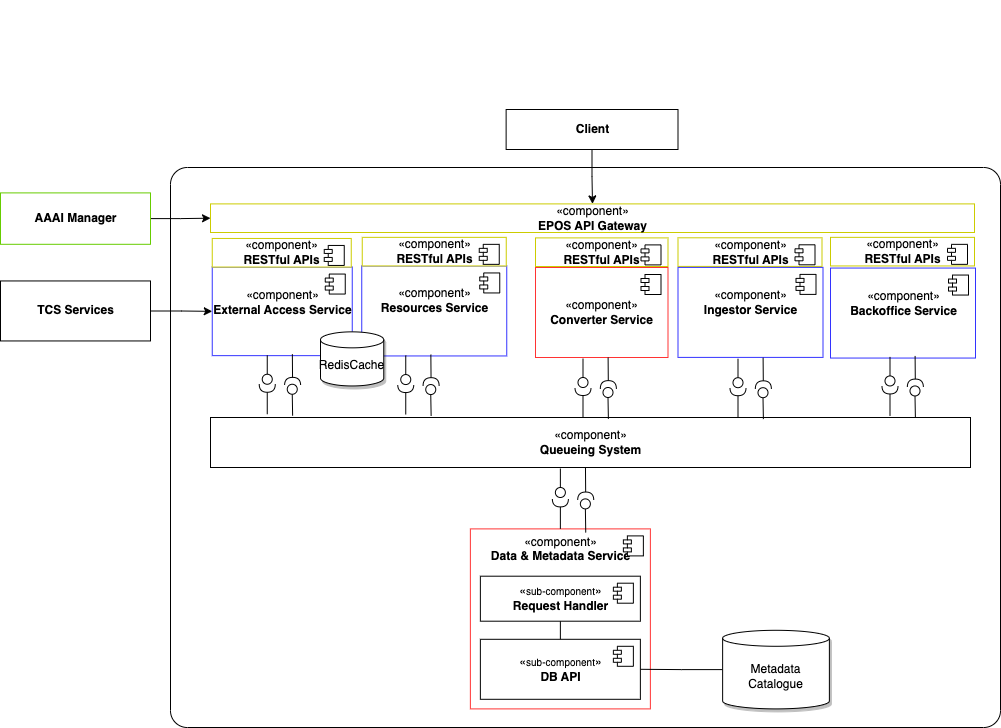
epos-eu/epos-open-source keeps this draw.io diagram as documentation/images/architecture-diagram.png. Above is the earlier version. Source tidied: cells renumbered, new cells last; positions are measured from the earlier drawing's top-left corner, leaving out a move shared by most shapes. Its diagram source:
```xml
<mxGraphModel>
  <root>
    <mxCell id="0" />
    <mxCell id="1" parent="0" />
    <mxCell id="2" style="rounded=1;whiteSpace=wrap;html=1;arcSize=3;" parent="1" vertex="1">
      <mxGeometry x="170" y="160" width="830" height="560" as="geometry" />
    </mxCell>
    <mxCell id="3" value="«component»&lt;br&gt;&lt;b&gt;EPOS API Gateway&lt;/b&gt;" style="html=1;strokeColor=#CCCC00;" parent="1" vertex="1">
      <mxGeometry x="210" y="196.4" width="764" height="28.6" as="geometry" />
    </mxCell>
    <mxCell id="4" value="«component»&lt;br&gt;&lt;b&gt;Queueing System&lt;/b&gt;" style="html=1;" parent="1" vertex="1">
      <mxGeometry x="210" y="410" width="760" height="50" as="geometry" />
    </mxCell>
    <mxCell id="5" value="&lt;br&gt;«component»&lt;br&gt;&lt;b&gt;Resources Service&lt;/b&gt;" style="html=1;strokeColor=#3333FF;v-align=top;labelPosition=center;verticalLabelPosition=middle;align=center;verticalAlign=top;" parent="1" vertex="1">
      <mxGeometry x="361.2" y="258.4" width="145" height="90" as="geometry" />
    </mxCell>
    <mxCell id="6" style="shape=module;jettyWidth=8;jettyHeight=4;" parent="5" vertex="1">
      <mxGeometry x="1" width="20" height="20" relative="1" as="geometry">
        <mxPoint x="-27" y="7" as="offset" />
      </mxGeometry>
    </mxCell>
    <mxCell id="7" value="&lt;br&gt;«component»&lt;br&gt;&lt;b&gt;External Access Service&lt;/b&gt;" style="html=1;strokeColor=#3333FF;verticalAlign=top;" parent="1" vertex="1">
      <mxGeometry x="211.8" y="259.5" width="140" height="88.6" as="geometry" />
    </mxCell>
    <mxCell id="8" style="shape=module;jettyWidth=8;jettyHeight=4;" parent="7" vertex="1">
      <mxGeometry x="1" width="20" height="20" relative="1" as="geometry">
        <mxPoint x="-27" y="7" as="offset" />
      </mxGeometry>
    </mxCell>
    <mxCell id="9" value="«component»&lt;br&gt;&lt;b&gt;Converter Service&lt;/b&gt;" style="html=1;strokeColor=#FF3333;" parent="1" vertex="1">
      <mxGeometry x="535" y="260" width="132.5" height="90" as="geometry" />
    </mxCell>
    <mxCell id="10" style="shape=module;jettyWidth=8;jettyHeight=4;" parent="9" vertex="1">
      <mxGeometry x="1" width="20" height="20" relative="1" as="geometry">
        <mxPoint x="-27" y="7" as="offset" />
      </mxGeometry>
    </mxCell>
    <mxCell id="11" value="«component»&lt;br&gt;&lt;b&gt;Data &amp;amp; Metadata Service&lt;/b&gt;" style="html=1;strokeColor=#FF3333;verticalAlign=top;" parent="1" vertex="1">
      <mxGeometry x="469.9" y="521.4" width="180" height="180" as="geometry" />
    </mxCell>
    <mxCell id="12" style="shape=module;jettyWidth=8;jettyHeight=4;" parent="11" vertex="1">
      <mxGeometry x="1" width="20" height="20" relative="1" as="geometry">
        <mxPoint x="-27" y="7" as="offset" />
      </mxGeometry>
    </mxCell>
    <mxCell id="13" style="rounded=0;jettySize=auto;html=1;endArrow=none;endFill=0;exitX=0.641;exitY=0.02;exitDx=0;exitDy=0;exitPerimeter=0;" parent="1" edge="1" source="11" target="14">
      <mxGeometry relative="1" as="geometry" />
    </mxCell>
    <mxCell id="14" style="ellipse;whiteSpace=wrap;html=1;fontFamily=Helvetica;fontSize=12;fontColor=#000000;align=center;strokeColor=#000000;fillColor=#ffffff;points=[];" parent="1" vertex="1">
      <mxGeometry x="579.9" y="491.4" width="10" height="10" as="geometry" />
    </mxCell>
    <mxCell id="15" style="rounded=0;jettySize=auto;html=1;endArrow=halfCircle;endFill=0;endSize=6;strokeWidth=1;exitX=0.5;exitY=1;exitDx=0;exitDy=0;entryX=0.535;entryY=0.114;entryDx=0;entryDy=0;entryPerimeter=0;" parent="1" edge="1" target="14">
      <mxGeometry relative="1" as="geometry">
        <mxPoint x="585" y="460" as="sourcePoint" />
      </mxGeometry>
    </mxCell>
    <mxCell id="16" style="rounded=0;jettySize=auto;html=1;endArrow=halfCircle;endFill=0;endSize=6;strokeWidth=1;exitX=0.5;exitY=0;exitDx=0;exitDy=0;" parent="1" edge="1" source="11">
      <mxGeometry relative="1" as="geometry">
        <mxPoint x="559.9" y="491.4" as="targetPoint" />
      </mxGeometry>
    </mxCell>
    <mxCell id="17" style="ellipse;whiteSpace=wrap;html=1;fontFamily=Helvetica;fontSize=12;fontColor=#000000;align=center;strokeColor=#000000;fillColor=#ffffff;points=[];" parent="1" vertex="1">
      <mxGeometry x="554.9" y="480" width="10" height="10" as="geometry" />
    </mxCell>
    <mxCell id="18" style="rounded=0;jettySize=auto;html=1;endArrow=none;endFill=0;" parent="1" edge="1" target="17">
      <mxGeometry relative="1" as="geometry">
        <mxPoint x="559.9" y="461" as="sourcePoint" />
      </mxGeometry>
    </mxCell>
    <mxCell id="19" style="rounded=0;jettySize=auto;html=1;endArrow=none;endFill=0;exitX=0.641;exitY=0.02;exitDx=0;exitDy=0;exitPerimeter=0;" parent="1" edge="1" target="20">
      <mxGeometry relative="1" as="geometry">
        <mxPoint x="292.1" y="408.1" as="sourcePoint" />
      </mxGeometry>
    </mxCell>
    <mxCell id="20" style="ellipse;whiteSpace=wrap;html=1;fontFamily=Helvetica;fontSize=12;fontColor=#000000;align=center;strokeColor=#000000;fillColor=#ffffff;points=[];" parent="1" vertex="1">
      <mxGeometry x="286.8" y="376.8" width="10" height="10" as="geometry" />
    </mxCell>
    <mxCell id="21" style="rounded=0;jettySize=auto;html=1;endArrow=halfCircle;endFill=0;endSize=6;strokeWidth=1;exitX=0.5;exitY=1;exitDx=0;exitDy=0;entryX=0.535;entryY=0.114;entryDx=0;entryDy=0;entryPerimeter=0;" parent="1" edge="1" target="20">
      <mxGeometry relative="1" as="geometry">
        <mxPoint x="291.8" y="346.7" as="sourcePoint" />
      </mxGeometry>
    </mxCell>
    <mxCell id="22" style="rounded=0;orthogonalLoop=1;jettySize=auto;html=1;endArrow=halfCircle;endFill=0;endSize=6;strokeWidth=1;exitX=0.5;exitY=0;exitDx=0;exitDy=0;" parent="1" edge="1">
      <mxGeometry relative="1" as="geometry">
        <mxPoint x="266.8" y="406.7" as="sourcePoint" />
        <mxPoint x="266.8" y="376.7" as="targetPoint" />
      </mxGeometry>
    </mxCell>
    <mxCell id="23" style="ellipse;whiteSpace=wrap;html=1;fontFamily=Helvetica;fontSize=12;fontColor=#000000;align=center;strokeColor=#000000;fillColor=#ffffff;points=[];" parent="1" vertex="1">
      <mxGeometry x="261.8" y="366.8" width="10" height="10" as="geometry" />
    </mxCell>
    <mxCell id="24" style="rounded=0;jettySize=auto;html=1;endArrow=none;endFill=0;" parent="1" edge="1" target="23">
      <mxGeometry relative="1" as="geometry">
        <mxPoint x="266.8" y="347.7" as="sourcePoint" />
      </mxGeometry>
    </mxCell>
    <mxCell id="25" style="rounded=0;jettySize=auto;html=1;endArrow=none;endFill=0;exitX=0.641;exitY=0.02;exitDx=0;exitDy=0;exitPerimeter=0;" parent="1" edge="1" target="26">
      <mxGeometry relative="1" as="geometry">
        <mxPoint x="430.6" y="408.5" as="sourcePoint" />
      </mxGeometry>
    </mxCell>
    <mxCell id="26" style="ellipse;whiteSpace=wrap;html=1;fontFamily=Helvetica;fontSize=12;fontColor=#000000;align=center;strokeColor=#000000;fillColor=#ffffff;points=[];" parent="1" vertex="1">
      <mxGeometry x="425.2" y="377.1" width="10" height="10" as="geometry" />
    </mxCell>
    <mxCell id="27" style="rounded=0;jettySize=auto;html=1;endArrow=halfCircle;endFill=0;endSize=6;strokeWidth=1;exitX=0.5;exitY=1;exitDx=0;exitDy=0;entryX=0.535;entryY=0.114;entryDx=0;entryDy=0;entryPerimeter=0;" parent="1" edge="1" target="26">
      <mxGeometry relative="1" as="geometry">
        <mxPoint x="430.3" y="347.1" as="sourcePoint" />
      </mxGeometry>
    </mxCell>
    <mxCell id="28" style="rounded=0;orthogonalLoop=1;jettySize=auto;html=1;endArrow=halfCircle;endFill=0;endSize=6;strokeWidth=1;exitX=0.5;exitY=0;exitDx=0;exitDy=0;" parent="1" edge="1">
      <mxGeometry relative="1" as="geometry">
        <mxPoint x="405.2" y="407.1" as="sourcePoint" />
        <mxPoint x="405.2" y="377.1" as="targetPoint" />
      </mxGeometry>
    </mxCell>
    <mxCell id="29" style="ellipse;whiteSpace=wrap;html=1;fontFamily=Helvetica;fontSize=12;fontColor=#000000;align=center;strokeColor=#000000;fillColor=#ffffff;points=[];" parent="1" vertex="1">
      <mxGeometry x="400.2" y="367.1" width="10" height="10" as="geometry" />
    </mxCell>
    <mxCell id="30" style="rounded=0;jettySize=auto;html=1;endArrow=none;endFill=0;" parent="1" edge="1" target="29">
      <mxGeometry relative="1" as="geometry">
        <mxPoint x="405.2" y="348.1" as="sourcePoint" />
      </mxGeometry>
    </mxCell>
    <mxCell id="31" style="edgeStyle=orthogonalEdgeStyle;rounded=0;jettySize=auto;html=1;entryX=0;entryY=0.5;entryDx=0;entryDy=0;" parent="1" edge="1" source="32" target="3">
      <mxGeometry relative="1" as="geometry" />
    </mxCell>
    <mxCell id="32" value="&lt;b&gt;AAAI Manager&lt;/b&gt;" style="html=1;strokeColor=#66CC00;" parent="1" vertex="1">
      <mxGeometry y="185.4" width="150" height="51.4" as="geometry" />
    </mxCell>
    <mxCell id="33" style="edgeStyle=orthogonalEdgeStyle;rounded=0;jettySize=auto;html=1;entryX=1;entryY=0.5;entryDx=0;entryDy=0;endArrow=none;endFill=0;" parent="1" edge="1" source="34" target="37">
      <mxGeometry relative="1" as="geometry" />
    </mxCell>
    <mxCell id="34" value="Metadata Catalogue" style="shape=cylinder3;whiteSpace=wrap;html=1;boundedLbl=1;backgroundOutline=1;size=7.993103448276088;shadow=1;" parent="1" vertex="1">
      <mxGeometry x="722.1" y="622.8" width="106.8" height="78.6" as="geometry" />
    </mxCell>
    <mxCell id="35" style="edgeStyle=orthogonalEdgeStyle;rounded=0;jettySize=auto;html=1;entryX=0;entryY=0.5;entryDx=0;entryDy=0;" parent="1" edge="1" source="36" target="7">
      <mxGeometry relative="1" as="geometry" />
    </mxCell>
    <mxCell id="36" value="&lt;b&gt;TCS Services&lt;/b&gt;" style="html=1;" parent="1" vertex="1">
      <mxGeometry y="273.5" width="150" height="60" as="geometry" />
    </mxCell>
    <mxCell id="37" value="«&lt;font style=&quot;font-size: 10px&quot;&gt;sub-component&lt;/font&gt;»&lt;br&gt;&lt;b&gt;DB API&lt;/b&gt;" style="html=1;strokeColor=#000000;" parent="1" vertex="1">
      <mxGeometry x="479.9" y="631.8" width="160" height="60" as="geometry" />
    </mxCell>
    <mxCell id="38" style="shape=module;jettyWidth=8;jettyHeight=4;" parent="37" vertex="1">
      <mxGeometry x="1" width="20" height="20" relative="1" as="geometry">
        <mxPoint x="-27" y="7" as="offset" />
      </mxGeometry>
    </mxCell>
    <mxCell id="39" value="«&lt;font style=&quot;font-size: 10px&quot;&gt;sub-component&lt;/font&gt;»&lt;br&gt;&lt;b&gt;Request Handler&lt;/b&gt;" style="html=1;" parent="1" vertex="1">
      <mxGeometry x="479.9" y="568.7" width="160" height="45" as="geometry" />
    </mxCell>
    <mxCell id="40" style="shape=module;jettyWidth=8;jettyHeight=4;" parent="39" vertex="1">
      <mxGeometry x="1" width="20" height="20" relative="1" as="geometry">
        <mxPoint x="-27" y="7" as="offset" />
      </mxGeometry>
    </mxCell>
    <mxCell id="41" style="endArrow=none;html=1;exitX=0.5;exitY=0;exitDx=0;exitDy=0;entryX=0.5;entryY=1;entryDx=0;entryDy=0;" parent="1" edge="1" source="37" target="39">
      <mxGeometry relative="1" as="geometry" />
    </mxCell>
    <mxCell id="42" style="edgeStyle=orthogonalEdgeStyle;rounded=0;orthogonalLoop=1;jettySize=auto;html=1;exitX=0.5;exitY=1;exitDx=0;exitDy=0;" parent="1" edge="1">
      <mxGeometry relative="1" as="geometry">
        <mxPoint x="240" as="sourcePoint" />
        <mxPoint x="240" as="targetPoint" />
      </mxGeometry>
    </mxCell>
    <mxCell id="43" value="«component»&lt;br&gt;&lt;b&gt;RESTful APIs&lt;/b&gt;" style="html=1;strokeColor=#CCCC00;" parent="1" vertex="1">
      <mxGeometry x="677.5" y="230.3" width="144" height="28.6" as="geometry" />
    </mxCell>
    <mxCell id="44" style="shape=module;jettyWidth=8;jettyHeight=4;" parent="43" vertex="1">
      <mxGeometry x="1" width="20" height="20" relative="1" as="geometry">
        <mxPoint x="-27" y="7" as="offset" />
      </mxGeometry>
    </mxCell>
    <mxCell id="45" value="«component»&lt;br&gt;&lt;b&gt;RESTful APIs&lt;/b&gt;" style="html=1;strokeColor=#CCCC00;" parent="1" vertex="1">
      <mxGeometry x="211.8" y="230.9" width="139" height="28.6" as="geometry" />
    </mxCell>
    <mxCell id="46" style="shape=module;jettyWidth=8;jettyHeight=4;" parent="45" vertex="1">
      <mxGeometry x="1" width="20" height="20" relative="1" as="geometry">
        <mxPoint x="-27" y="7" as="offset" />
      </mxGeometry>
    </mxCell>
    <mxCell id="47" style="rounded=0;jettySize=auto;html=1;endArrow=none;endFill=0;exitX=0.641;exitY=0.02;exitDx=0;exitDy=0;exitPerimeter=0;" parent="1" edge="1" target="48">
      <mxGeometry relative="1" as="geometry">
        <mxPoint x="607.9" y="411.4" as="sourcePoint" />
      </mxGeometry>
    </mxCell>
    <mxCell id="48" style="ellipse;whiteSpace=wrap;html=1;fontFamily=Helvetica;fontSize=12;fontColor=#000000;align=center;strokeColor=#000000;fillColor=#ffffff;points=[];" parent="1" vertex="1">
      <mxGeometry x="602.5" y="380" width="10" height="10" as="geometry" />
    </mxCell>
    <mxCell id="49" style="rounded=0;jettySize=auto;html=1;endArrow=halfCircle;endFill=0;endSize=6;strokeWidth=1;exitX=0.5;exitY=1;exitDx=0;exitDy=0;entryX=0.535;entryY=0.114;entryDx=0;entryDy=0;entryPerimeter=0;" parent="1" edge="1" target="48">
      <mxGeometry relative="1" as="geometry">
        <mxPoint x="607.6" y="350" as="sourcePoint" />
      </mxGeometry>
    </mxCell>
    <mxCell id="50" style="rounded=0;orthogonalLoop=1;jettySize=auto;html=1;endArrow=halfCircle;endFill=0;endSize=6;strokeWidth=1;exitX=0.5;exitY=0;exitDx=0;exitDy=0;" parent="1" edge="1">
      <mxGeometry relative="1" as="geometry">
        <mxPoint x="582.5" y="410" as="sourcePoint" />
        <mxPoint x="582.5" y="380" as="targetPoint" />
      </mxGeometry>
    </mxCell>
    <mxCell id="51" style="ellipse;whiteSpace=wrap;html=1;fontFamily=Helvetica;fontSize=12;fontColor=#000000;align=center;strokeColor=#000000;fillColor=#ffffff;points=[];" parent="1" vertex="1">
      <mxGeometry x="577.5" y="370" width="10" height="10" as="geometry" />
    </mxCell>
    <mxCell id="52" style="rounded=0;jettySize=auto;html=1;endArrow=none;endFill=0;" parent="1" edge="1" target="51">
      <mxGeometry relative="1" as="geometry">
        <mxPoint x="582.5" y="351" as="sourcePoint" />
      </mxGeometry>
    </mxCell>
    <mxCell id="53" value="«component»&lt;br&gt;&lt;b&gt;RESTful APIs&lt;/b&gt;" style="html=1;strokeColor=#CCCC00;" parent="1" vertex="1">
      <mxGeometry x="535" y="230.4" width="132.5" height="28.6" as="geometry" />
    </mxCell>
    <mxCell id="54" style="shape=module;jettyWidth=8;jettyHeight=4;" parent="53" vertex="1">
      <mxGeometry x="1" width="20" height="20" relative="1" as="geometry">
        <mxPoint x="-27" y="7" as="offset" />
      </mxGeometry>
    </mxCell>
    <mxCell id="55" value="&lt;br&gt;«component»&lt;br&gt;&lt;b&gt;Ingestor Service&lt;/b&gt;" style="html=1;strokeColor=#3333FF;v-align=top;labelPosition=center;verticalLabelPosition=middle;align=center;verticalAlign=top;" parent="1" vertex="1">
      <mxGeometry x="677.5" y="259.9" width="145" height="90" as="geometry" />
    </mxCell>
    <mxCell id="56" style="shape=module;jettyWidth=8;jettyHeight=4;" parent="55" vertex="1">
      <mxGeometry x="1" width="20" height="20" relative="1" as="geometry">
        <mxPoint x="-27" y="7" as="offset" />
      </mxGeometry>
    </mxCell>
    <mxCell id="57" value="«component»&lt;br&gt;&lt;b&gt;RESTful APIs&lt;/b&gt;" style="html=1;strokeColor=#CCCC00;" parent="1" vertex="1">
      <mxGeometry x="361.8" y="229.9" width="144" height="28.6" as="geometry" />
    </mxCell>
    <mxCell id="58" style="shape=module;jettyWidth=8;jettyHeight=4;" parent="57" vertex="1">
      <mxGeometry x="1" width="20" height="20" relative="1" as="geometry">
        <mxPoint x="-27" y="7" as="offset" />
      </mxGeometry>
    </mxCell>
    <mxCell id="59" style="rounded=0;jettySize=auto;html=1;endArrow=none;endFill=0;exitX=0.641;exitY=0.02;exitDx=0;exitDy=0;exitPerimeter=0;" parent="1" edge="1" target="60">
      <mxGeometry relative="1" as="geometry">
        <mxPoint x="762.9" y="411.6" as="sourcePoint" />
      </mxGeometry>
    </mxCell>
    <mxCell id="60" style="ellipse;whiteSpace=wrap;html=1;fontFamily=Helvetica;fontSize=12;fontColor=#000000;align=center;strokeColor=#000000;fillColor=#ffffff;points=[];" parent="1" vertex="1">
      <mxGeometry x="757.5" y="380.2" width="10" height="10" as="geometry" />
    </mxCell>
    <mxCell id="61" style="rounded=0;jettySize=auto;html=1;endArrow=halfCircle;endFill=0;endSize=6;strokeWidth=1;exitX=0.5;exitY=1;exitDx=0;exitDy=0;entryX=0.535;entryY=0.114;entryDx=0;entryDy=0;entryPerimeter=0;" parent="1" edge="1" target="60">
      <mxGeometry relative="1" as="geometry">
        <mxPoint x="762.6" y="350.2" as="sourcePoint" />
      </mxGeometry>
    </mxCell>
    <mxCell id="62" style="rounded=0;orthogonalLoop=1;jettySize=auto;html=1;endArrow=halfCircle;endFill=0;endSize=6;strokeWidth=1;exitX=0.5;exitY=0;exitDx=0;exitDy=0;" parent="1" edge="1">
      <mxGeometry relative="1" as="geometry">
        <mxPoint x="737.5" y="410.2" as="sourcePoint" />
        <mxPoint x="737.5" y="380.2" as="targetPoint" />
      </mxGeometry>
    </mxCell>
    <mxCell id="63" style="ellipse;whiteSpace=wrap;html=1;fontFamily=Helvetica;fontSize=12;fontColor=#000000;align=center;strokeColor=#000000;fillColor=#ffffff;points=[];" parent="1" vertex="1">
      <mxGeometry x="732.5" y="370.2" width="10" height="10" as="geometry" />
    </mxCell>
    <mxCell id="64" style="rounded=0;jettySize=auto;html=1;endArrow=none;endFill=0;" parent="1" edge="1" target="63">
      <mxGeometry relative="1" as="geometry">
        <mxPoint x="737.5" y="351.2" as="sourcePoint" />
      </mxGeometry>
    </mxCell>
    <mxCell id="65" value="&lt;br&gt;«component»&lt;br&gt;&lt;b&gt;Backoffice Service&lt;/b&gt;" style="html=1;strokeColor=#3333FF;v-align=top;labelPosition=center;verticalLabelPosition=middle;align=center;verticalAlign=top;" parent="1" vertex="1">
      <mxGeometry x="830" y="260.5" width="145" height="90" as="geometry" />
    </mxCell>
    <mxCell id="66" style="shape=module;jettyWidth=8;jettyHeight=4;" parent="65" vertex="1">
      <mxGeometry x="1" width="20" height="20" relative="1" as="geometry">
        <mxPoint x="-27" y="7" as="offset" />
      </mxGeometry>
    </mxCell>
    <mxCell id="67" value="«component»&lt;br&gt;&lt;b&gt;RESTful APIs&lt;/b&gt;" style="html=1;strokeColor=#CCCC00;" parent="1" vertex="1">
      <mxGeometry x="830" y="229.9" width="144" height="28.6" as="geometry" />
    </mxCell>
    <mxCell id="68" style="shape=module;jettyWidth=8;jettyHeight=4;" parent="67" vertex="1">
      <mxGeometry x="1" width="20" height="20" relative="1" as="geometry">
        <mxPoint x="-27" y="7" as="offset" />
      </mxGeometry>
    </mxCell>
    <mxCell id="69" style="rounded=0;jettySize=auto;html=1;endArrow=none;endFill=0;exitX=0.641;exitY=0.02;exitDx=0;exitDy=0;exitPerimeter=0;" parent="1" edge="1" target="70">
      <mxGeometry relative="1" as="geometry">
        <mxPoint x="914.9" y="409.8" as="sourcePoint" />
      </mxGeometry>
    </mxCell>
    <mxCell id="70" style="ellipse;whiteSpace=wrap;html=1;fontFamily=Helvetica;fontSize=12;fontColor=#000000;align=center;strokeColor=#000000;fillColor=#ffffff;points=[];" parent="1" vertex="1">
      <mxGeometry x="909.5" y="378.4" width="10" height="10" as="geometry" />
    </mxCell>
    <mxCell id="71" style="rounded=0;jettySize=auto;html=1;endArrow=halfCircle;endFill=0;endSize=6;strokeWidth=1;exitX=0.5;exitY=1;exitDx=0;exitDy=0;entryX=0.535;entryY=0.114;entryDx=0;entryDy=0;entryPerimeter=0;" parent="1" edge="1" target="70">
      <mxGeometry relative="1" as="geometry">
        <mxPoint x="914.6" y="348.4" as="sourcePoint" />
      </mxGeometry>
    </mxCell>
    <mxCell id="72" style="rounded=0;orthogonalLoop=1;jettySize=auto;html=1;endArrow=halfCircle;endFill=0;endSize=6;strokeWidth=1;exitX=0.5;exitY=0;exitDx=0;exitDy=0;" parent="1" edge="1">
      <mxGeometry relative="1" as="geometry">
        <mxPoint x="889.5" y="408.4" as="sourcePoint" />
        <mxPoint x="889.5" y="378.4" as="targetPoint" />
      </mxGeometry>
    </mxCell>
    <mxCell id="73" style="ellipse;whiteSpace=wrap;html=1;fontFamily=Helvetica;fontSize=12;fontColor=#000000;align=center;strokeColor=#000000;fillColor=#ffffff;points=[];" parent="1" vertex="1">
      <mxGeometry x="884.5" y="368.4" width="10" height="10" as="geometry" />
    </mxCell>
    <mxCell id="74" style="rounded=0;jettySize=auto;html=1;endArrow=none;endFill=0;" parent="1" edge="1" target="73">
      <mxGeometry relative="1" as="geometry">
        <mxPoint x="889.5" y="349.4" as="sourcePoint" />
      </mxGeometry>
    </mxCell>
    <mxCell id="75" style="edgeStyle=orthogonalEdgeStyle;rounded=0;jettySize=auto;html=1;" parent="1" edge="1" source="76" target="3">
      <mxGeometry relative="1" as="geometry" />
    </mxCell>
    <mxCell id="76" value="&lt;b&gt;Client&lt;/b&gt;" style="html=1;fillColor=#FFFFFF;" parent="1" vertex="1">
      <mxGeometry x="505.6" y="102" width="171.9" height="40" as="geometry" />
    </mxCell>
    <mxCell id="77" value="RedisCache" style="shape=cylinder3;whiteSpace=wrap;html=1;boundedLbl=1;backgroundOutline=1;size=7.993103448276088;shadow=1;" parent="1" vertex="1">
      <mxGeometry x="320" y="324.3" width="63.2" height="54.1" as="geometry" />
    </mxCell>
  </root>
</mxGraphModel>
```
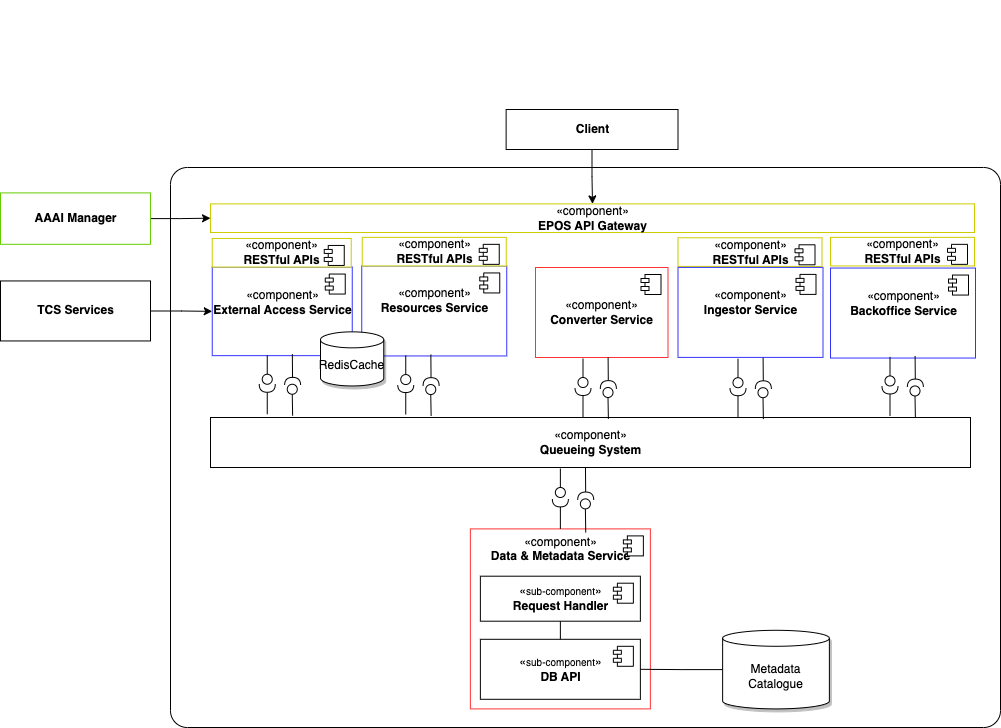
Later version of the same file.

Commit message:
Fixed architecture diagram

What changed in the source:
```diff
@@ -207,14 +207,6 @@
         <mxPoint x="582.5" y="351" as="sourcePoint" />
       </mxGeometry>
     </mxCell>
-    <mxCell id="53" value="«component»&lt;br&gt;&lt;b&gt;RESTful APIs&lt;/b&gt;" style="html=1;strokeColor=#CCCC00;" parent="1" vertex="1">
-      <mxGeometry x="535" y="230.4" width="132.5" height="28.6" as="geometry" />
-    </mxCell>
-    <mxCell id="54" style="shape=module;jettyWidth=8;jettyHeight=4;" parent="53" vertex="1">
-      <mxGeometry x="1" width="20" height="20" relative="1" as="geometry">
-        <mxPoint x="-27" y="7" as="offset" />
-      </mxGeometry>
-    </mxCell>
     <mxCell id="55" value="&lt;br&gt;«component»&lt;br&gt;&lt;b&gt;Ingestor Service&lt;/b&gt;" style="html=1;strokeColor=#3333FF;v-align=top;labelPosition=center;verticalLabelPosition=middle;align=center;verticalAlign=top;" parent="1" vertex="1">
       <mxGeometry x="677.5" y="259.9" width="145" height="90" as="geometry" />
     </mxCell>
```
